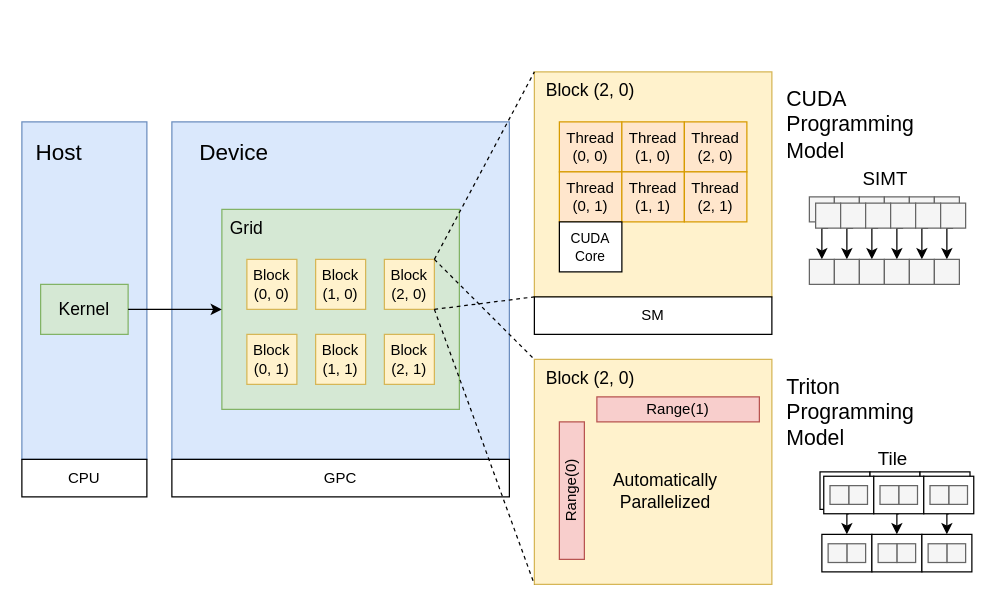
The draw.io diagram triton.drawio in xrysamuel/my-drawio, before the edit. Source tidied: cells renumbered, new cells numbered last; positions are measured from the earlier drawing's top-left corner, leaving out a move shared by most shapes. Both pictures are drawn from the tidied source at 125%, with x=0, y=0 at pixel (21, 71).
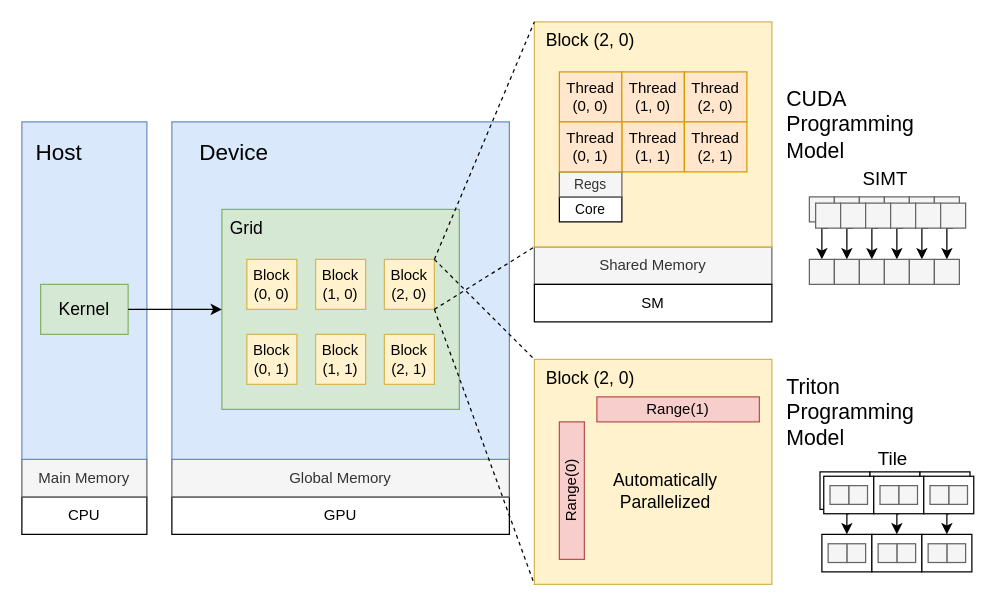
The same diagram, later.

What changed in the source:
```diff
@@
+    <mxCell id="101" value="Shared Memory" style="rounded=0;whiteSpace=wrap;html=1;fillColor=#f5f5f5;fontColor=#333333;strokeColor=#666666;" parent="1" vertex="1">
+      <mxGeometry x="410" y="140" width="190" height="30" as="geometry" />
+    </mxCell>
+    <mxCell id="27" value="CPU" style="rounded=0;whiteSpace=wrap;html=1;" parent="1" vertex="1">
+      <mxGeometry y="340" width="100" height="30" as="geometry" />
+    </mxCell>
+    <mxCell id="102" value="Main Memory" style="rounded=0;whiteSpace=wrap;html=1;fillColor=#f5f5f5;fontColor=#333333;strokeColor=#666666;" parent="1" vertex="1">
+      <mxGeometry y="310" width="100" height="30" as="geometry" />
+    </mxCell>
+    <mxCell id="3" value="GPU" style="rounded=0;whiteSpace=wrap;html=1;" parent="1" vertex="1">
+      <mxGeometry x="120" y="340" width="270" height="30" as="geometry" />
+    </mxCell>
+    <mxCell id="103" value="Global Memory" style="rounded=0;whiteSpace=wrap;html=1;fillColor=#f5f5f5;fontColor=#333333;strokeColor=#666666;" parent="1" vertex="1">
+      <mxGeometry x="120" y="310" width="270" height="30" as="geometry" />
+    </mxCell>
@@
-    <mxCell id="3" value="GPC" style="rounded=0;whiteSpace=wrap;html=1;" parent="1" vertex="1">
-      <mxGeometry x="120" y="310" width="270" height="30" as="geometry" />
-    </mxCell>
@@
     <mxCell id="17" style="rounded=0;whiteSpace=wrap;html=1;fillColor=#fff2cc;strokeColor=#d6b656;" parent="1" vertex="1">
-      <mxGeometry x="410" width="190" height="180" as="geometry" />
+      <mxGeometry x="410" y="-40" width="190" height="180" as="geometry" />
     </mxCell>
     <mxCell id="18" value="Block (2, 0)" style="text;html=1;align=center;verticalAlign=middle;whiteSpace=wrap;rounded=0;fontSize=14;" parent="1" vertex="1">
-      <mxGeometry x="410" width="90" height="30" as="geometry" />
+      <mxGeometry x="410" y="-40" width="90" height="30" as="geometry" />
     </mxCell>
     <mxCell id="19" value="Thread&lt;div&gt;(0, 0)&lt;/div&gt;" style="rounded=0;whiteSpace=wrap;html=1;fillColor=#ffe6cc;strokeColor=#d79b00;" parent="1" vertex="1">
-      <mxGeometry x="430" y="40" width="50" height="40" as="geometry" />
+      <mxGeometry x="430" width="50" height="40" as="geometry" />
     </mxCell>
     <mxCell id="20" value="Thread&lt;div&gt;(1, 0)&lt;/div&gt;" style="rounded=0;whiteSpace=wrap;html=1;fillColor=#ffe6cc;strokeColor=#d79b00;" parent="1" vertex="1">
-      <mxGeometry x="480" y="40" width="50" height="40" as="geometry" />
+      <mxGeometry x="480" width="50" height="40" as="geometry" />
     </mxCell>
     <mxCell id="21" value="Thread&lt;div&gt;(2, 0)&lt;/div&gt;" style="rounded=0;whiteSpace=wrap;html=1;fillColor=#ffe6cc;strokeColor=#d79b00;" parent="1" vertex="1">
-      <mxGeometry x="530" y="40" width="50" height="40" as="geometry" />
+      <mxGeometry x="530" width="50" height="40" as="geometry" />
     </mxCell>
-    <mxCell id="22" value="Thread&lt;div&gt;(0, 1)&lt;/div&gt;" style="rounded=0;whiteSpace=wrap;html=1;fillColor=#ffe6cc;strokeColor=#d79b00;" parent="1" vertex="1">
-      <mxGeometry x="430" y="80" width="50" height="40" as="geometry" />
-    </mxCell>
     <mxCell id="23" value="Thread&lt;div&gt;(1, 1)&lt;/div&gt;" style="rounded=0;whiteSpace=wrap;html=1;fillColor=#ffe6cc;strokeColor=#d79b00;" parent="1" vertex="1">
-      <mxGeometry x="480" y="80" width="50" height="40" as="geometry" />
+      <mxGeometry x="480" y="40" width="50" height="40" as="geometry" />
     </mxCell>
     <mxCell id="24" value="Thread&lt;div&gt;(2, 1)&lt;/div&gt;" style="rounded=0;whiteSpace=wrap;html=1;fillColor=#ffe6cc;strokeColor=#d79b00;" parent="1" vertex="1">
-      <mxGeometry x="530" y="80" width="50" height="40" as="geometry" />
+      <mxGeometry x="530" y="40" width="50" height="40" as="geometry" />
     </mxCell>
     <mxCell id="25" value="SM" style="rounded=0;whiteSpace=wrap;html=1;" parent="1" vertex="1">
-      <mxGeometry x="410" y="180" width="190" height="30" as="geometry" />
+      <mxGeometry x="410" y="170" width="190" height="30" as="geometry" />
     </mxCell>
-    <mxCell id="26" value="&lt;font style=&quot;font-size: 11px;&quot;&gt;CUDA&lt;/font&gt;&lt;div&gt;&lt;font style=&quot;font-size: 11px;&quot;&gt;Core&lt;/font&gt;&lt;/div&gt;" style="rounded=0;whiteSpace=wrap;html=1;direction=west;" parent="1" vertex="1">
-      <mxGeometry x="430" y="120" width="50" height="40" as="geometry" />
+    <mxCell id="26" value="&lt;span style=&quot;font-size: 11px;&quot;&gt;Core&lt;/span&gt;" style="rounded=0;whiteSpace=wrap;html=1;direction=west;" parent="1" vertex="1">
+      <mxGeometry x="430" y="100" width="50" height="20" as="geometry" />
     </mxCell>
-    <mxCell id="27" value="CPU" style="rounded=0;whiteSpace=wrap;html=1;" parent="1" vertex="1">
-      <mxGeometry y="310" width="100" height="30" as="geometry" />
-    </mxCell>
@@
+    <mxCell id="104" value="&lt;span style=&quot;font-size: 11px;&quot;&gt;Regs&lt;/span&gt;" style="rounded=0;whiteSpace=wrap;html=1;direction=west;fillColor=#f5f5f5;fontColor=#333333;strokeColor=#666666;" parent="1" vertex="1">
+      <mxGeometry x="430" y="80" width="50" height="20" as="geometry" />
+    </mxCell>
@@
+    <mxCell id="22" value="Thread&lt;div&gt;(0, 1)&lt;/div&gt;" style="rounded=0;whiteSpace=wrap;html=1;fillColor=#ffe6cc;strokeColor=#d79b00;" parent="1" vertex="1">
+      <mxGeometry x="430" y="40" width="50" height="40" as="geometry" />
+    </mxCell>
```
